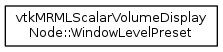
jamesobutler/apidocs.slicer.org keeps this Graphviz diagram as master/inherit_graph_145.png. Above is the earlier version. Its source is kept beside it as master/inherit_graph_145.dot. Source of this version:
```dot
digraph "Graphical Class Hierarchy"
{
  bgcolor="transparent";
  edge [fontname="Helvetica",fontsize="10",labelfontname="Helvetica",labelfontsize="10"];
  node [fontname="Helvetica",fontsize="10",shape=record];
  rankdir="LR";
  Node0 [label="vtkMRMLScalarVolumeDisplay\lNode::WindowLevelPreset",height=0.2,width=0.4,color="black",URL="$classvtkMRMLScalarVolumeDisplayNode_1_1WindowLevelPreset.html"];
}
```
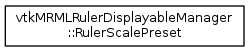
The same diagram one commit later.

The edit, as a diff of the source:
```diff
@@ -4,5 +4,5 @@
   edge [fontname="Helvetica",fontsize="10",labelfontname="Helvetica",labelfontsize="10"];
   node [fontname="Helvetica",fontsize="10",shape=record];
   rankdir="LR";
-  Node0 [label="vtkMRMLScalarVolumeDisplay\lNode::WindowLevelPreset",height=0.2,width=0.4,color="black",URL="$classvtkMRMLScalarVolumeDisplayNode_1_1WindowLevelPreset.html"];
+  Node0 [label="vtkMRMLRulerDisplayableManager\l::RulerScalePreset",height=0.2,width=0.4,color="black",URL="$structvtkMRMLRulerDisplayableManager_1_1RulerScalePreset.html"];
 }
```
